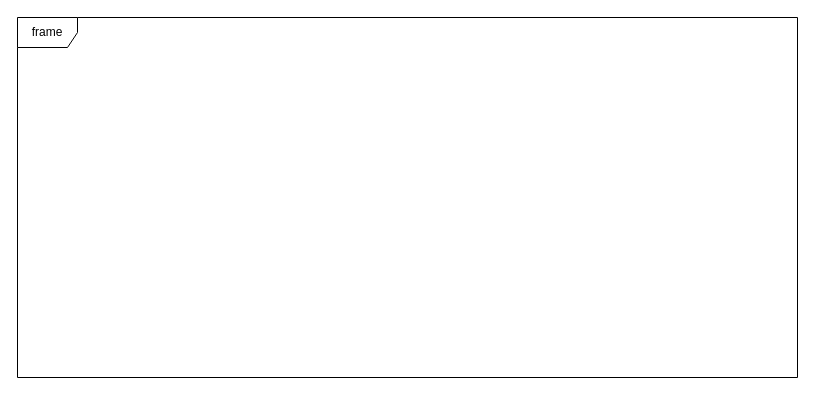
This is page "Timer" (8 of 8) of UMLDiagram.drawio from hazN/ECS_Engine, a draw.io file, before an edit. Source tidied: cells renumbered, new cells numbered last; positions are measured from the earlier drawing's top-left corner, leaving out a move shared by most shapes. Both pictures are drawn from the tidied source at 100%, with x=0, y=0 at pixel (17, 17).
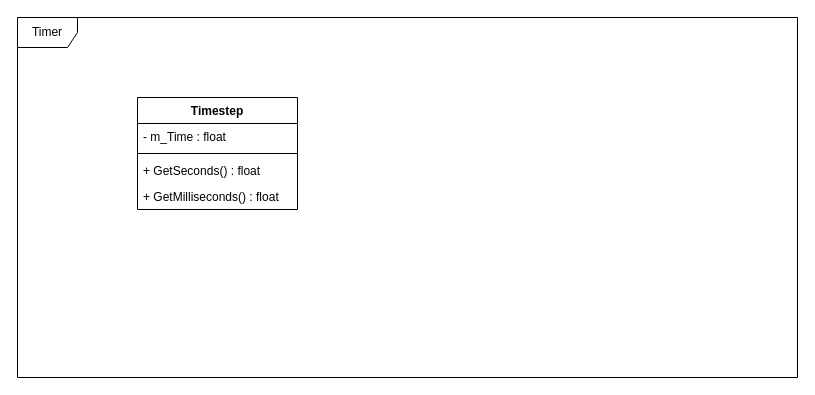
The same page after the edit.

Commit message (it also covers changes not shown here):
Update UMLDiagram : Timer

Change to the diagram source:
```diff
@@
 <mxGraphModel>
   <root>
     <mxCell id="0" />
     <mxCell id="1" parent="0" />
-    <mxCell id="2" value="frame" style="shape=umlFrame;whiteSpace=wrap;html=1;" parent="1" vertex="1">
+    <mxCell id="2" value="Timer" style="shape=umlFrame;whiteSpace=wrap;html=1;" parent="1" vertex="1">
       <mxGeometry width="780" height="360" as="geometry" />
     </mxCell>
+    <mxCell id="3" value="Timestep" style="swimlane;fontStyle=1;align=center;verticalAlign=top;horizontal=1;startSize=26;" parent="1" vertex="1">
+      <mxGeometry x="120" y="80" width="160" height="112" as="geometry" />
+    </mxCell>
+    <mxCell id="4" value="- m_Time : float" style="text;strokeColor=none;fillColor=none;align=left;verticalAlign=top;spacingLeft=4;spacingRight=4;overflow=hidden;" parent="3" vertex="1">
+      <mxGeometry y="26" width="160" height="26" as="geometry" />
+    </mxCell>
+    <mxCell id="5" style="line;strokeWidth=1;fillColor=none;align=left;verticalAlign=middle;spacingTop=-1;spacingLeft=3;spacingRight=3;labelPosition=right;strokeColor=inherit;" parent="3" vertex="1">
+      <mxGeometry y="52" width="160" height="8" as="geometry" />
+    </mxCell>
+    <mxCell id="6" value="+ GetSeconds() : float" style="text;strokeColor=none;fillColor=none;align=left;verticalAlign=top;spacingLeft=4;spacingRight=4;overflow=hidden;" parent="3" vertex="1">
+      <mxGeometry y="60" width="160" height="26" as="geometry" />
+    </mxCell>
+    <mxCell id="7" value="+ GetMilliseconds() : float" style="text;strokeColor=none;fillColor=none;align=left;verticalAlign=top;spacingLeft=4;spacingRight=4;overflow=hidden;" parent="3" vertex="1">
+      <mxGeometry y="86" width="160" height="26" as="geometry" />
+    </mxCell>
   </root>
 </mxGraphModel>
```
